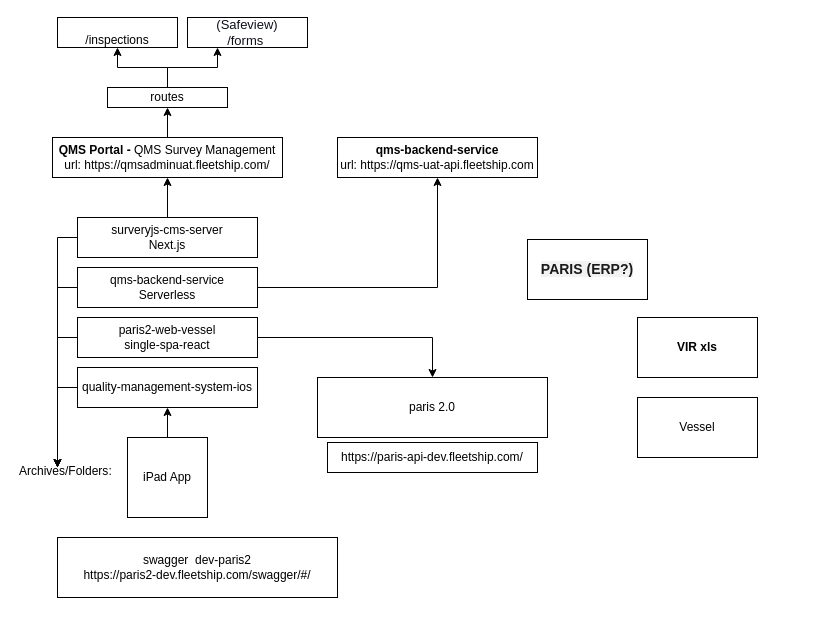
Before: Untitled Diagram.drawio in rinatsafin/diagrams, a draw.io diagram. Source tidied: cells renumbered, new cells numbered last; positions are measured from the earlier drawing's top-left corner, leaving out a move shared by most shapes. Both pictures are drawn from the tidied source at 100%, with x=0, y=0 at pixel (17, 17).
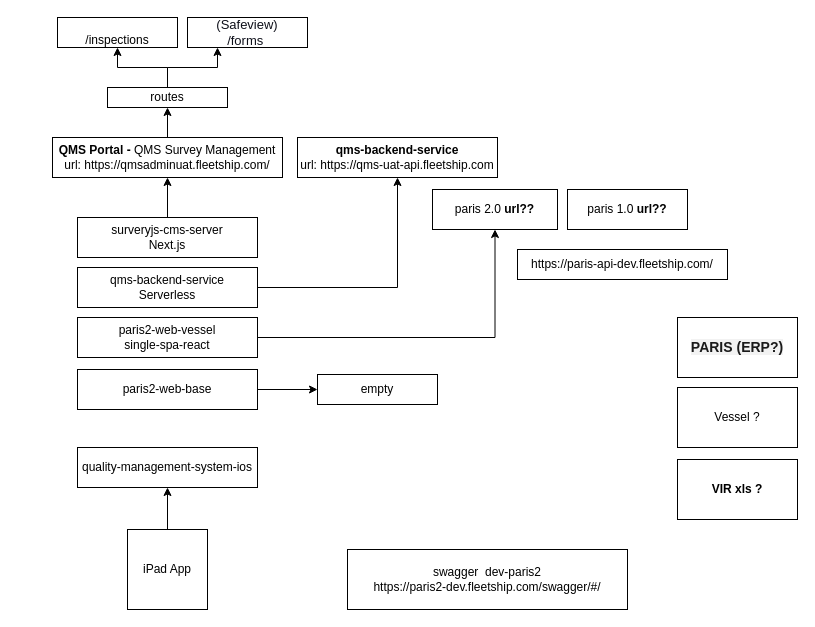
After the change.

Unchanged cells that the change refers to:
```xml
<mxCell id="10" value="&lt;span&gt;surveryjs-cms-server&lt;br&gt;Next.js&lt;br&gt;&lt;/span&gt;" style="rounded=0;whiteSpace=wrap;html=1;" parent="1" vertex="1">
  <mxGeometry x="60" y="200" width="180" height="40" as="geometry" />
</mxCell>
<mxCell id="13" value="&lt;span&gt;qms-backend-service&lt;br&gt;Serverless&lt;br&gt;&lt;/span&gt;" style="rounded=0;whiteSpace=wrap;html=1;" parent="1" vertex="1">
  <mxGeometry x="60" y="250" width="180" height="40" as="geometry" />
</mxCell>
<mxCell id="16" value="&lt;span&gt;paris2-web-vessel&lt;br&gt;single-spa-react&lt;br&gt;&lt;/span&gt;" style="rounded=0;whiteSpace=wrap;html=1;" parent="1" vertex="1">
  <mxGeometry x="60" y="300" width="180" height="40" as="geometry" />
</mxCell>
```

The edit, as a diff of the source:
```diff
@@
     <mxCell id="4" value="&lt;b&gt;qms-backend-service&lt;br&gt;&lt;/b&gt;url:&amp;nbsp;https://qms-uat-api.fleetship.com" style="rounded=0;whiteSpace=wrap;html=1;" parent="1" vertex="1">
-      <mxGeometry x="320" y="120" width="200" height="40" as="geometry" />
+      <mxGeometry x="280" y="120" width="200" height="40" as="geometry" />
     </mxCell>
     <mxCell id="5" value="https://paris-api-dev.fleetship.com/" style="rounded=0;whiteSpace=wrap;html=1;" parent="1" vertex="1">
-      <mxGeometry x="310" y="425" width="210" height="30" as="geometry" />
+      <mxGeometry x="500" y="232" width="210" height="30" as="geometry" />
     </mxCell>
     <mxCell id="6" value="swagger&amp;nbsp; dev-paris2&lt;br&gt;https://paris2-dev.fleetship.com/swagger/#/" style="rounded=0;whiteSpace=wrap;html=1;" parent="1" vertex="1">
-      <mxGeometry x="40" y="520" width="280" height="60" as="geometry" />
+      <mxGeometry x="330" y="532" width="280" height="60" as="geometry" />
     </mxCell>
-    <mxCell id="7" value="&lt;b&gt;VIR xls&lt;/b&gt;&lt;font color=&quot;#1a1a1a&quot; face=&quot;opensans, arial, sans-serif&quot;&gt;&lt;br&gt;&lt;/font&gt;" style="rounded=0;whiteSpace=wrap;html=1;" parent="1" vertex="1">
-      <mxGeometry x="620" y="300" width="120" height="60" as="geometry" />
+    <mxCell id="7" value="&lt;b&gt;VIR xls ?&lt;/b&gt;&lt;font color=&quot;#1a1a1a&quot; face=&quot;opensans, arial, sans-serif&quot;&gt;&lt;br&gt;&lt;/font&gt;" style="rounded=0;whiteSpace=wrap;html=1;" parent="1" vertex="1">
+      <mxGeometry x="660" y="442" width="120" height="60" as="geometry" />
     </mxCell>
-    <mxCell id="8" style="edgeStyle=orthogonalEdgeStyle;rounded=0;jettySize=auto;html=1;" parent="1" edge="1" source="10">
-      <mxGeometry relative="1" as="geometry">
-        <mxPoint x="40" y="450" as="targetPoint" />
-      </mxGeometry>
-    </mxCell>
@@
-    <mxCell id="11" style="edgeStyle=orthogonalEdgeStyle;rounded=0;jettySize=auto;html=1;" parent="1" edge="1" source="13">
-      <mxGeometry relative="1" as="geometry">
-        <mxPoint x="40" y="450" as="targetPoint" />
-      </mxGeometry>
-    </mxCell>
@@
-    <mxCell id="14" style="edgeStyle=orthogonalEdgeStyle;rounded=0;jettySize=auto;html=1;" parent="1" edge="1" source="16">
-      <mxGeometry relative="1" as="geometry">
-        <mxPoint x="40" y="450" as="targetPoint" />
-      </mxGeometry>
-    </mxCell>
@@
-    <mxCell id="17" style="edgeStyle=orthogonalEdgeStyle;rounded=0;jettySize=auto;html=1;" parent="1" edge="1" source="18">
-      <mxGeometry relative="1" as="geometry">
-        <mxPoint x="40" y="450" as="targetPoint" />
-      </mxGeometry>
-    </mxCell>
     <mxCell id="18" value="&lt;span&gt;quality-management-system-ios&lt;br&gt;&lt;/span&gt;" style="rounded=0;whiteSpace=wrap;html=1;" parent="1" vertex="1">
-      <mxGeometry x="60" y="350" width="180" height="40" as="geometry" />
+      <mxGeometry x="60" y="430" width="180" height="40" as="geometry" />
     </mxCell>
-    <mxCell id="19" value="Vessel" style="rounded=0;whiteSpace=wrap;html=1;" parent="1" vertex="1">
-      <mxGeometry x="620" y="380" width="120" height="60" as="geometry" />
+    <mxCell id="19" value="Vessel ?" style="rounded=0;whiteSpace=wrap;html=1;" parent="1" vertex="1">
+      <mxGeometry x="660" y="370" width="120" height="60" as="geometry" />
     </mxCell>
     <mxCell id="20" value="&lt;strong style=&quot;text-align: left ; color: rgb(26 , 26 , 26) ; font-family: &amp;#34;opensans&amp;#34; , &amp;#34;arial&amp;#34; , sans-serif ; font-size: 14px ; background-color: rgb(242 , 242 , 242)&quot;&gt;PARIS (ERP?)&lt;/strong&gt;" style="rounded=0;whiteSpace=wrap;html=1;" parent="1" vertex="1">
-      <mxGeometry x="510" y="222" width="120" height="60" as="geometry" />
+      <mxGeometry x="660" y="300" width="120" height="60" as="geometry" />
     </mxCell>
-    <mxCell id="21" value="&lt;div&gt;&lt;span&gt;Archives/Folders&lt;/span&gt;&lt;span&gt;:&lt;/span&gt;&lt;/div&gt;" style="text;whiteSpace=wrap;html=1;align=left;" parent="1" vertex="1">
-      <mxGeometry y="440" width="100" height="20" as="geometry" />
-    </mxCell>
@@
     <mxCell id="23" value="iPad App" style="whiteSpace=wrap;html=1;" parent="1" vertex="1">
-      <mxGeometry x="110" y="420" width="80" height="80" as="geometry" />
+      <mxGeometry x="110" y="512" width="80" height="80" as="geometry" />
     </mxCell>
-    <mxCell id="24" value="paris 2.0" style="rounded=0;whiteSpace=wrap;html=1;" parent="1" vertex="1">
-      <mxGeometry x="300" y="360" width="230" height="60" as="geometry" />
+    <mxCell id="24" value="paris 2.0 &lt;b&gt;url??&lt;/b&gt;" style="rounded=0;whiteSpace=wrap;html=1;" parent="1" vertex="1">
+      <mxGeometry x="415" y="172" width="125" height="40" as="geometry" />
     </mxCell>
@@
+    <mxCell id="30" style="edgeStyle=orthogonalEdgeStyle;rounded=0;jettySize=auto;html=1;entryX=0;entryY=0.5;entryDx=0;entryDy=0;" parent="1" edge="1" source="31" target="32">
+      <mxGeometry relative="1" as="geometry" />
+    </mxCell>
+    <mxCell id="31" value="&lt;span&gt;paris2-web-base&lt;br&gt;&lt;/span&gt;" style="rounded=0;whiteSpace=wrap;html=1;" parent="1" vertex="1">
+      <mxGeometry x="60" y="352" width="180" height="40" as="geometry" />
+    </mxCell>
+    <mxCell id="32" value="empty" style="rounded=0;whiteSpace=wrap;html=1;" parent="1" vertex="1">
+      <mxGeometry x="300" y="357" width="120" height="30" as="geometry" />
+    </mxCell>
+    <mxCell id="33" value="paris 1.0 &lt;b&gt;url??&lt;/b&gt;" style="rounded=0;whiteSpace=wrap;html=1;" parent="1" vertex="1">
+      <mxGeometry x="550" y="172" width="120" height="40" as="geometry" />
+    </mxCell>
```
